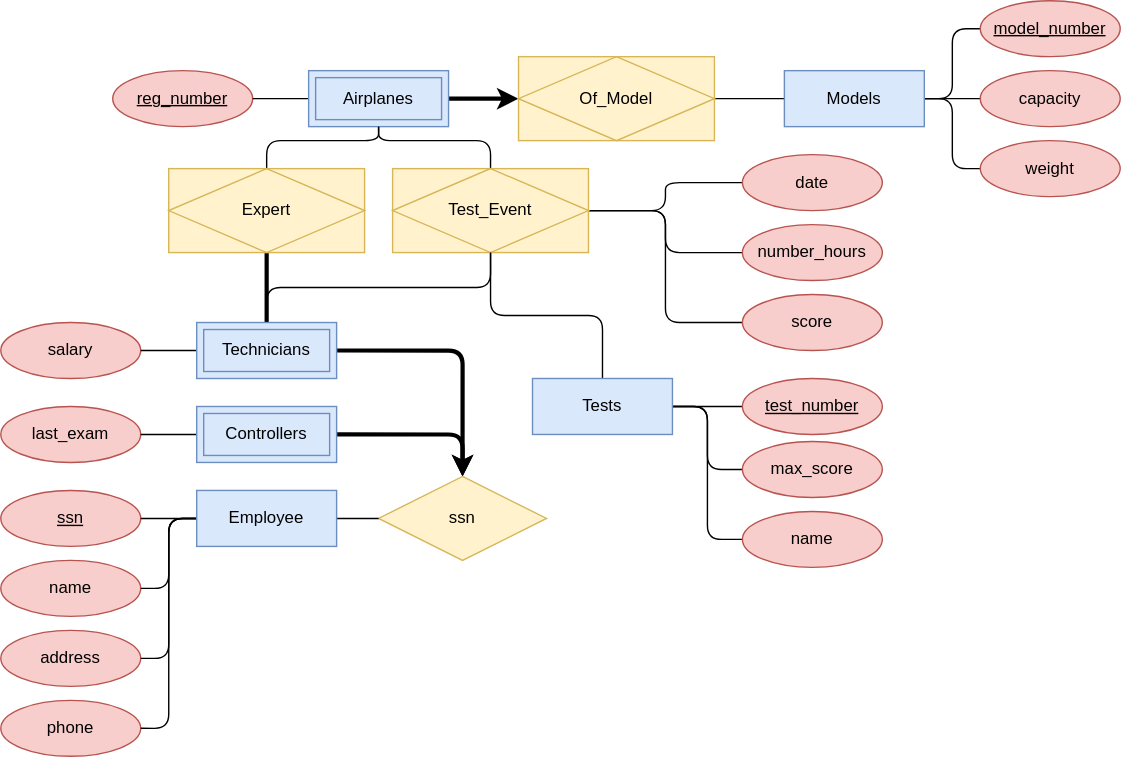
The draw.io diagram AirportBase/ER.svg in eamonniknafs/sample-SQL-schemas, before a commit. Source tidied: cells renumbered, new cells last; positions are measured from the earlier drawing's top-left corner, leaving out a move shared by most shapes.
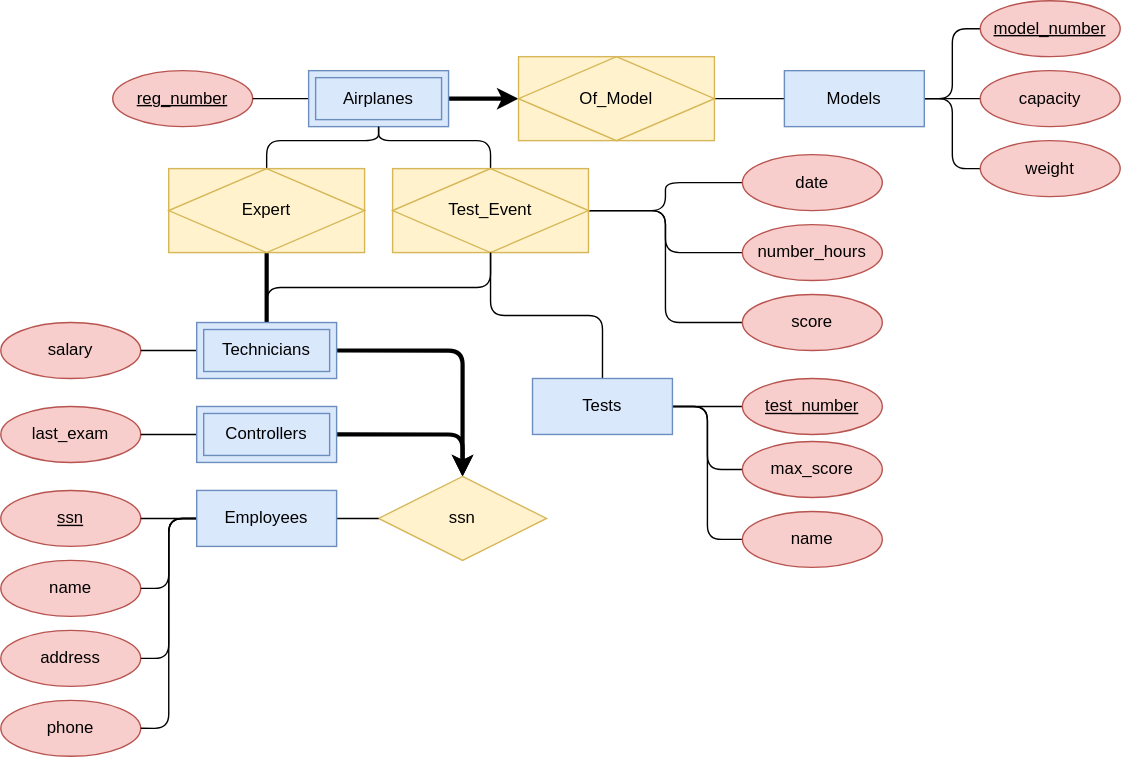
Later version of the same file.

What changed in the source:
```diff
@@ -143,7 +143,7 @@
     <mxCell id="48" style="edgeStyle=orthogonalEdgeStyle;shape=connector;rounded=1;jettySize=auto;html=1;exitX=1;exitY=0.5;exitDx=0;exitDy=0;labelBackgroundColor=default;fontFamily=Helvetica;fontSize=12;fontColor=default;startArrow=none;startFill=0;endArrow=none;endFill=0;strokeColor=default;strokeWidth=1;" parent="1" edge="1" source="49" target="43">
       <mxGeometry relative="1" as="geometry" />
     </mxCell>
-    <mxCell id="49" value="Employee" style="whiteSpace=wrap;html=1;align=center;fontFamily=Helvetica;fontSize=12;strokeColor=#6c8ebf;fillColor=#dae8fc;" parent="1" vertex="1">
+    <mxCell id="49" value="Employees" style="whiteSpace=wrap;html=1;align=center;fontFamily=Helvetica;fontSize=12;strokeColor=#6c8ebf;fillColor=#dae8fc;" parent="1" vertex="1">
       <mxGeometry x="140" y="350" width="100" height="40" as="geometry" />
     </mxCell>
     <mxCell id="50" style="edgeStyle=orthogonalEdgeStyle;shape=connector;rounded=1;jettySize=auto;html=1;labelBackgroundColor=default;fontFamily=Helvetica;fontSize=12;fontColor=default;startArrow=none;startFill=0;endArrow=none;endFill=0;strokeColor=default;strokeWidth=1;" parent="1" edge="1" source="51" target="33">
```
